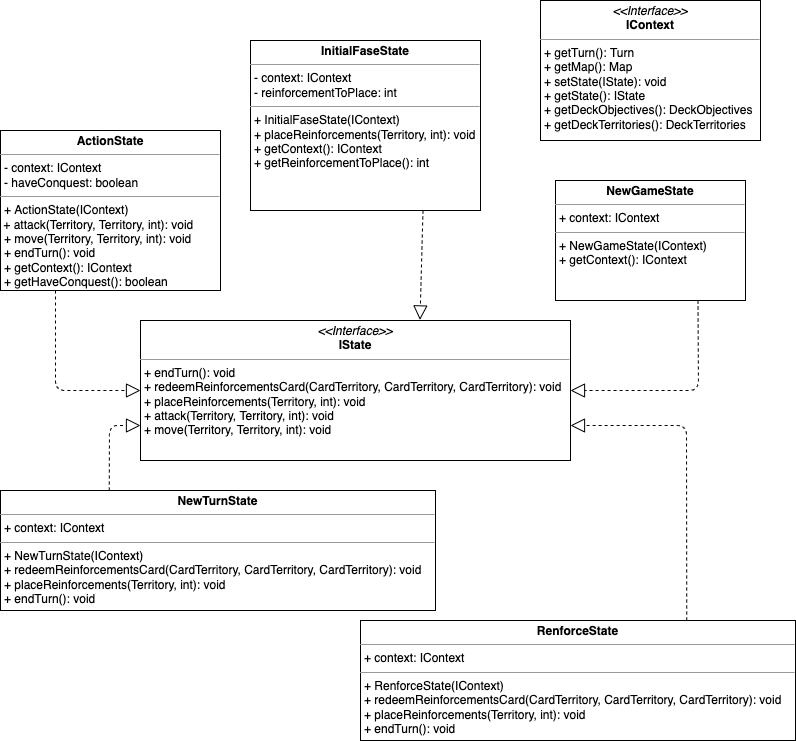
lta-unimib/progetto-risiko-1-risikiamo keeps this draw.io diagram as documentazione/uml/ClassDiagramGameState.drawio.png. Above is the earlier version. Source tidied: cells renumbered, new cells last; positions are measured from the earlier drawing's top-left corner, leaving out a move shared by most shapes. Source of this version:
```xml
<mxGraphModel>
  <root>
    <mxCell id="0" />
    <mxCell id="1" parent="0" />
    <mxCell id="2" value="&lt;p style=&quot;margin: 0px ; margin-top: 4px ; text-align: center&quot;&gt;&lt;i&gt;&amp;lt;&amp;lt;Interface&amp;gt;&amp;gt;&lt;/i&gt;&lt;br&gt;&lt;b&gt;IContext&lt;/b&gt;&lt;/p&gt;&lt;hr size=&quot;1&quot;&gt;&lt;p style=&quot;margin: 0px ; margin-left: 4px&quot;&gt;+ getTurn(): Turn&lt;br&gt;+ getMap(): Map&lt;/p&gt;&lt;p style=&quot;margin: 0px ; margin-left: 4px&quot;&gt;+ setState(IState): void&lt;br&gt;&lt;/p&gt;&lt;p style=&quot;margin: 0px ; margin-left: 4px&quot;&gt;+ getState(): IState&lt;br&gt;&lt;/p&gt;&lt;p style=&quot;margin: 0px ; margin-left: 4px&quot;&gt;+ getDeckObjectives(): DeckObjectives&lt;br&gt;&lt;/p&gt;&lt;p style=&quot;margin: 0px ; margin-left: 4px&quot;&gt;+ getDeckTerritories(): DeckTerritories&lt;br&gt;&lt;/p&gt;" style="verticalAlign=top;align=left;overflow=fill;fontSize=12;fontFamily=Helvetica;html=1;" parent="1" vertex="1">
      <mxGeometry x="540" width="220" height="140" as="geometry" />
    </mxCell>
    <mxCell id="3" value="&lt;p style=&quot;margin: 0px ; margin-top: 4px ; text-align: center&quot;&gt;&lt;i&gt;&amp;lt;&amp;lt;Interface&amp;gt;&amp;gt;&lt;/i&gt;&lt;br&gt;&lt;b&gt;IState&lt;/b&gt;&lt;/p&gt;&lt;hr size=&quot;1&quot;&gt;&lt;p style=&quot;margin: 0px ; margin-left: 4px&quot;&gt;&lt;span&gt;+ endTurn(): void&lt;/span&gt;&lt;/p&gt;&lt;p style=&quot;margin: 0px ; margin-left: 4px&quot;&gt;+ redeemReinforcementsCard(CardTerritory, CardTerritory, CardTerritory): void&lt;span&gt;&lt;br&gt;&lt;/span&gt;&lt;/p&gt;&lt;p style=&quot;margin: 0px ; margin-left: 4px&quot;&gt;+ placeReinforcements(Territory, int): void&lt;br&gt;&lt;/p&gt;&lt;p style=&quot;margin: 0px ; margin-left: 4px&quot;&gt;+ attack(Territory, Territory, int): void&lt;br&gt;&lt;/p&gt;&lt;p style=&quot;margin: 0px ; margin-left: 4px&quot;&gt;+ move(Territory, Territory, int): void&lt;/p&gt;" style="verticalAlign=top;align=left;overflow=fill;fontSize=12;fontFamily=Helvetica;html=1;" parent="1" vertex="1">
      <mxGeometry x="140" y="320" width="430" height="140" as="geometry" />
    </mxCell>
    <mxCell id="4" value="&lt;p style=&quot;margin: 0px ; margin-top: 4px ; text-align: center&quot;&gt;&lt;b&gt;ActionState&lt;/b&gt;&lt;/p&gt;&lt;hr size=&quot;1&quot;&gt;&lt;p style=&quot;margin: 0px ; margin-left: 4px&quot;&gt;- context: IContext&lt;/p&gt;&lt;p style=&quot;margin: 0px ; margin-left: 4px&quot;&gt;- haveConquest: boolean&lt;/p&gt;&lt;hr size=&quot;1&quot;&gt;&lt;p style=&quot;margin: 0px ; margin-left: 4px&quot;&gt;+ ActionState(IContext)&lt;/p&gt;&amp;nbsp;+ attack(Territory, Territory, int): void&lt;p style=&quot;margin: 0px ; margin-left: 4px&quot;&gt;+ move(Territory, Territory, int): void&lt;br&gt;&lt;/p&gt;&lt;p style=&quot;margin: 0px ; margin-left: 4px&quot;&gt;+ endTurn(): void&lt;br&gt;&lt;/p&gt;&lt;p style=&quot;margin: 0px ; margin-left: 4px&quot;&gt;+ getContext(): IContext&lt;br&gt;&lt;/p&gt;&lt;p style=&quot;margin: 0px ; margin-left: 4px&quot;&gt;+ getHaveConquest(): boolean&lt;/p&gt;" style="verticalAlign=top;align=left;overflow=fill;fontSize=12;fontFamily=Helvetica;html=1;" parent="1" vertex="1">
      <mxGeometry y="130" width="220" height="160" as="geometry" />
    </mxCell>
    <mxCell id="5" value="&lt;p style=&quot;margin: 0px ; margin-top: 4px ; text-align: center&quot;&gt;&lt;b&gt;InitialFaseState&lt;/b&gt;&lt;/p&gt;&lt;hr size=&quot;1&quot;&gt;&lt;p style=&quot;margin: 0px 0px 0px 4px&quot;&gt;- context: IContext&lt;/p&gt;&lt;p style=&quot;margin: 0px 0px 0px 4px&quot;&gt;- reinforcementToPlace: int&lt;/p&gt;&lt;hr size=&quot;1&quot;&gt;&lt;p style=&quot;margin: 0px 0px 0px 4px&quot;&gt;+ InitialFaseState(IContext)&lt;/p&gt;&lt;p style=&quot;margin: 0px ; margin-left: 4px&quot;&gt;+ placeReinforcements(Territory, int): void&lt;/p&gt;&lt;p style=&quot;margin: 0px 0px 0px 4px&quot;&gt;+ getContext(): IContext&lt;br&gt;&lt;/p&gt;&lt;p style=&quot;margin: 0px 0px 0px 4px&quot;&gt;+ getReinforcementToPlace(): int&lt;/p&gt;" style="verticalAlign=top;align=left;overflow=fill;fontSize=12;fontFamily=Helvetica;html=1;" parent="1" vertex="1">
      <mxGeometry x="250" y="40" width="230" height="170" as="geometry" />
    </mxCell>
    <mxCell id="6" value="&lt;p style=&quot;margin: 0px ; margin-top: 4px ; text-align: center&quot;&gt;&lt;b&gt;NewGameState&lt;/b&gt;&lt;/p&gt;&lt;hr size=&quot;1&quot;&gt;&lt;p style=&quot;margin: 0px ; margin-left: 4px&quot;&gt;+ context: IContext&lt;/p&gt;&lt;hr size=&quot;1&quot;&gt;&lt;p style=&quot;margin: 0px ; margin-left: 4px&quot;&gt;+ NewGameState(IContext)&lt;/p&gt;&lt;p style=&quot;margin: 0px ; margin-left: 4px&quot;&gt;+ getContext(): IContext&lt;/p&gt;" style="verticalAlign=top;align=left;overflow=fill;fontSize=12;fontFamily=Helvetica;html=1;" parent="1" vertex="1">
      <mxGeometry x="555" y="180" width="190" height="120" as="geometry" />
    </mxCell>
    <mxCell id="7" value="&lt;p style=&quot;margin: 0px ; margin-top: 4px ; text-align: center&quot;&gt;&lt;b&gt;NewTurnState&lt;/b&gt;&lt;/p&gt;&lt;hr size=&quot;1&quot;&gt;&lt;p style=&quot;margin: 0px ; margin-left: 4px&quot;&gt;+ context: IContext&lt;/p&gt;&lt;hr size=&quot;1&quot;&gt;&lt;p style=&quot;margin: 0px ; margin-left: 4px&quot;&gt;+ NewTurnState(IContext)&lt;/p&gt;&lt;p style=&quot;margin: 0px 0px 0px 4px&quot;&gt;+ redeemReinforcementsCard(CardTerritory, CardTerritory, CardTerritory): void&lt;br&gt;&lt;/p&gt;&lt;p style=&quot;margin: 0px 0px 0px 4px&quot;&gt;+ placeReinforcements(Territory, int): void&lt;/p&gt;&lt;p style=&quot;margin: 0px 0px 0px 4px&quot;&gt;+ endTurn(): void&lt;/p&gt;" style="verticalAlign=top;align=left;overflow=fill;fontSize=12;fontFamily=Helvetica;html=1;" parent="1" vertex="1">
      <mxGeometry y="490" width="435" height="120" as="geometry" />
    </mxCell>
    <mxCell id="8" value="&lt;p style=&quot;margin: 0px ; margin-top: 4px ; text-align: center&quot;&gt;&lt;b&gt;RenforceState&lt;/b&gt;&lt;/p&gt;&lt;hr size=&quot;1&quot;&gt;&lt;p style=&quot;margin: 0px ; margin-left: 4px&quot;&gt;+ context: IContext&lt;/p&gt;&lt;hr size=&quot;1&quot;&gt;&lt;p style=&quot;margin: 0px ; margin-left: 4px&quot;&gt;+ RenforceState(IContext)&lt;/p&gt;&lt;p style=&quot;margin: 0px 0px 0px 4px&quot;&gt;+ redeemReinforcementsCard(CardTerritory, CardTerritory, CardTerritory): void&lt;br&gt;&lt;/p&gt;&lt;p style=&quot;margin: 0px 0px 0px 4px&quot;&gt;+ placeReinforcements(Territory, int): void&lt;/p&gt;&lt;p style=&quot;margin: 0px 0px 0px 4px&quot;&gt;+ endTurn(): void&lt;/p&gt;" style="verticalAlign=top;align=left;overflow=fill;fontSize=12;fontFamily=Helvetica;html=1;" parent="1" vertex="1">
      <mxGeometry x="360" y="620" width="435" height="120" as="geometry" />
    </mxCell>
    <mxCell id="9" style="endArrow=block;dashed=1;endFill=0;endSize=12;html=1;exitX=0.25;exitY=1;exitDx=0;exitDy=0;entryX=0;entryY=0.5;entryDx=0;entryDy=0;" parent="1" edge="1" source="4" target="3">
      <mxGeometry relative="1" as="geometry">
        <Array as="points">
          <mxPoint x="55" y="390" />
        </Array>
      </mxGeometry>
    </mxCell>
    <mxCell id="10" style="endArrow=block;dashed=1;endFill=0;endSize=12;html=1;exitX=0.75;exitY=1;exitDx=0;exitDy=0;entryX=0.65;entryY=-0.004;entryDx=0;entryDy=0;entryPerimeter=0;" parent="1" edge="1" source="5" target="3">
      <mxGeometry relative="1" as="geometry" />
    </mxCell>
    <mxCell id="11" style="endArrow=block;dashed=1;endFill=0;endSize=12;html=1;exitX=0.75;exitY=1;exitDx=0;exitDy=0;entryX=1;entryY=0.5;entryDx=0;entryDy=0;" parent="1" edge="1" source="6" target="3">
      <mxGeometry relative="1" as="geometry">
        <Array as="points">
          <mxPoint x="698" y="390" />
        </Array>
      </mxGeometry>
    </mxCell>
    <mxCell id="12" style="endArrow=block;dashed=1;endFill=0;endSize=12;html=1;exitX=0.75;exitY=0;exitDx=0;exitDy=0;entryX=1;entryY=0.75;entryDx=0;entryDy=0;" parent="1" edge="1" source="8" target="3">
      <mxGeometry relative="1" as="geometry">
        <Array as="points">
          <mxPoint x="686" y="425" />
        </Array>
      </mxGeometry>
    </mxCell>
    <mxCell id="13" style="endArrow=block;dashed=1;endFill=0;endSize=12;html=1;exitX=0.25;exitY=0;exitDx=0;exitDy=0;entryX=0;entryY=0.75;entryDx=0;entryDy=0;" parent="1" edge="1" source="7" target="3">
      <mxGeometry relative="1" as="geometry">
        <Array as="points">
          <mxPoint x="109" y="425" />
        </Array>
      </mxGeometry>
    </mxCell>
  </root>
</mxGraphModel>
```
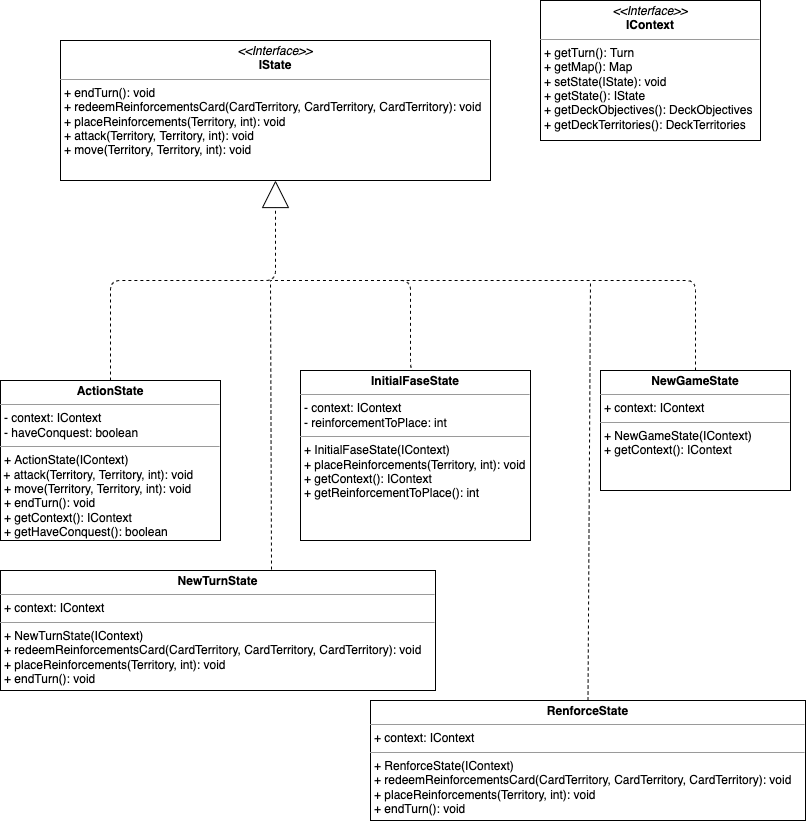
Later version of the same file.

Commit message:
Ordinato Classi

The edit, as a diff of the source:
```diff
@@ -6,53 +6,52 @@
       <mxGeometry x="540" width="220" height="140" as="geometry" />
     </mxCell>
     <mxCell id="3" value="&lt;p style=&quot;margin: 0px ; margin-top: 4px ; text-align: center&quot;&gt;&lt;i&gt;&amp;lt;&amp;lt;Interface&amp;gt;&amp;gt;&lt;/i&gt;&lt;br&gt;&lt;b&gt;IState&lt;/b&gt;&lt;/p&gt;&lt;hr size=&quot;1&quot;&gt;&lt;p style=&quot;margin: 0px ; margin-left: 4px&quot;&gt;&lt;span&gt;+ endTurn(): void&lt;/span&gt;&lt;/p&gt;&lt;p style=&quot;margin: 0px ; margin-left: 4px&quot;&gt;+ redeemReinforcementsCard(CardTerritory, CardTerritory, CardTerritory): void&lt;span&gt;&lt;br&gt;&lt;/span&gt;&lt;/p&gt;&lt;p style=&quot;margin: 0px ; margin-left: 4px&quot;&gt;+ placeReinforcements(Territory, int): void&lt;br&gt;&lt;/p&gt;&lt;p style=&quot;margin: 0px ; margin-left: 4px&quot;&gt;+ attack(Territory, Territory, int): void&lt;br&gt;&lt;/p&gt;&lt;p style=&quot;margin: 0px ; margin-left: 4px&quot;&gt;+ move(Territory, Territory, int): void&lt;/p&gt;" style="verticalAlign=top;align=left;overflow=fill;fontSize=12;fontFamily=Helvetica;html=1;" parent="1" vertex="1">
-      <mxGeometry x="140" y="320" width="430" height="140" as="geometry" />
+      <mxGeometry x="60" y="40" width="430" height="140" as="geometry" />
     </mxCell>
     <mxCell id="4" value="&lt;p style=&quot;margin: 0px ; margin-top: 4px ; text-align: center&quot;&gt;&lt;b&gt;ActionState&lt;/b&gt;&lt;/p&gt;&lt;hr size=&quot;1&quot;&gt;&lt;p style=&quot;margin: 0px ; margin-left: 4px&quot;&gt;- context: IContext&lt;/p&gt;&lt;p style=&quot;margin: 0px ; margin-left: 4px&quot;&gt;- haveConquest: boolean&lt;/p&gt;&lt;hr size=&quot;1&quot;&gt;&lt;p style=&quot;margin: 0px ; margin-left: 4px&quot;&gt;+ ActionState(IContext)&lt;/p&gt;&amp;nbsp;+ attack(Territory, Territory, int): void&lt;p style=&quot;margin: 0px ; margin-left: 4px&quot;&gt;+ move(Territory, Territory, int): void&lt;br&gt;&lt;/p&gt;&lt;p style=&quot;margin: 0px ; margin-left: 4px&quot;&gt;+ endTurn(): void&lt;br&gt;&lt;/p&gt;&lt;p style=&quot;margin: 0px ; margin-left: 4px&quot;&gt;+ getContext(): IContext&lt;br&gt;&lt;/p&gt;&lt;p style=&quot;margin: 0px ; margin-left: 4px&quot;&gt;+ getHaveConquest(): boolean&lt;/p&gt;" style="verticalAlign=top;align=left;overflow=fill;fontSize=12;fontFamily=Helvetica;html=1;" parent="1" vertex="1">
-      <mxGeometry y="130" width="220" height="160" as="geometry" />
+      <mxGeometry y="380" width="220" height="160" as="geometry" />
     </mxCell>
     <mxCell id="5" value="&lt;p style=&quot;margin: 0px ; margin-top: 4px ; text-align: center&quot;&gt;&lt;b&gt;InitialFaseState&lt;/b&gt;&lt;/p&gt;&lt;hr size=&quot;1&quot;&gt;&lt;p style=&quot;margin: 0px 0px 0px 4px&quot;&gt;- context: IContext&lt;/p&gt;&lt;p style=&quot;margin: 0px 0px 0px 4px&quot;&gt;- reinforcementToPlace: int&lt;/p&gt;&lt;hr size=&quot;1&quot;&gt;&lt;p style=&quot;margin: 0px 0px 0px 4px&quot;&gt;+ InitialFaseState(IContext)&lt;/p&gt;&lt;p style=&quot;margin: 0px ; margin-left: 4px&quot;&gt;+ placeReinforcements(Territory, int): void&lt;/p&gt;&lt;p style=&quot;margin: 0px 0px 0px 4px&quot;&gt;+ getContext(): IContext&lt;br&gt;&lt;/p&gt;&lt;p style=&quot;margin: 0px 0px 0px 4px&quot;&gt;+ getReinforcementToPlace(): int&lt;/p&gt;" style="verticalAlign=top;align=left;overflow=fill;fontSize=12;fontFamily=Helvetica;html=1;" parent="1" vertex="1">
-      <mxGeometry x="250" y="40" width="230" height="170" as="geometry" />
+      <mxGeometry x="300" y="370" width="230" height="170" as="geometry" />
     </mxCell>
     <mxCell id="6" value="&lt;p style=&quot;margin: 0px ; margin-top: 4px ; text-align: center&quot;&gt;&lt;b&gt;NewGameState&lt;/b&gt;&lt;/p&gt;&lt;hr size=&quot;1&quot;&gt;&lt;p style=&quot;margin: 0px ; margin-left: 4px&quot;&gt;+ context: IContext&lt;/p&gt;&lt;hr size=&quot;1&quot;&gt;&lt;p style=&quot;margin: 0px ; margin-left: 4px&quot;&gt;+ NewGameState(IContext)&lt;/p&gt;&lt;p style=&quot;margin: 0px ; margin-left: 4px&quot;&gt;+ getContext(): IContext&lt;/p&gt;" style="verticalAlign=top;align=left;overflow=fill;fontSize=12;fontFamily=Helvetica;html=1;" parent="1" vertex="1">
-      <mxGeometry x="555" y="180" width="190" height="120" as="geometry" />
+      <mxGeometry x="600" y="370" width="190" height="120" as="geometry" />
     </mxCell>
     <mxCell id="7" value="&lt;p style=&quot;margin: 0px ; margin-top: 4px ; text-align: center&quot;&gt;&lt;b&gt;NewTurnState&lt;/b&gt;&lt;/p&gt;&lt;hr size=&quot;1&quot;&gt;&lt;p style=&quot;margin: 0px ; margin-left: 4px&quot;&gt;+ context: IContext&lt;/p&gt;&lt;hr size=&quot;1&quot;&gt;&lt;p style=&quot;margin: 0px ; margin-left: 4px&quot;&gt;+ NewTurnState(IContext)&lt;/p&gt;&lt;p style=&quot;margin: 0px 0px 0px 4px&quot;&gt;+ redeemReinforcementsCard(CardTerritory, CardTerritory, CardTerritory): void&lt;br&gt;&lt;/p&gt;&lt;p style=&quot;margin: 0px 0px 0px 4px&quot;&gt;+ placeReinforcements(Territory, int): void&lt;/p&gt;&lt;p style=&quot;margin: 0px 0px 0px 4px&quot;&gt;+ endTurn(): void&lt;/p&gt;" style="verticalAlign=top;align=left;overflow=fill;fontSize=12;fontFamily=Helvetica;html=1;" parent="1" vertex="1">
-      <mxGeometry y="490" width="435" height="120" as="geometry" />
+      <mxGeometry y="570" width="435" height="120" as="geometry" />
     </mxCell>
     <mxCell id="8" value="&lt;p style=&quot;margin: 0px ; margin-top: 4px ; text-align: center&quot;&gt;&lt;b&gt;RenforceState&lt;/b&gt;&lt;/p&gt;&lt;hr size=&quot;1&quot;&gt;&lt;p style=&quot;margin: 0px ; margin-left: 4px&quot;&gt;+ context: IContext&lt;/p&gt;&lt;hr size=&quot;1&quot;&gt;&lt;p style=&quot;margin: 0px ; margin-left: 4px&quot;&gt;+ RenforceState(IContext)&lt;/p&gt;&lt;p style=&quot;margin: 0px 0px 0px 4px&quot;&gt;+ redeemReinforcementsCard(CardTerritory, CardTerritory, CardTerritory): void&lt;br&gt;&lt;/p&gt;&lt;p style=&quot;margin: 0px 0px 0px 4px&quot;&gt;+ placeReinforcements(Territory, int): void&lt;/p&gt;&lt;p style=&quot;margin: 0px 0px 0px 4px&quot;&gt;+ endTurn(): void&lt;/p&gt;" style="verticalAlign=top;align=left;overflow=fill;fontSize=12;fontFamily=Helvetica;html=1;" parent="1" vertex="1">
-      <mxGeometry x="360" y="620" width="435" height="120" as="geometry" />
+      <mxGeometry x="370" y="700" width="435" height="120" as="geometry" />
     </mxCell>
-    <mxCell id="9" style="endArrow=block;dashed=1;endFill=0;endSize=12;html=1;exitX=0.25;exitY=1;exitDx=0;exitDy=0;entryX=0;entryY=0.5;entryDx=0;entryDy=0;" parent="1" edge="1" source="4" target="3">
-      <mxGeometry relative="1" as="geometry">
-        <Array as="points">
-          <mxPoint x="55" y="390" />
-        </Array>
-      </mxGeometry>
-    </mxCell>
-    <mxCell id="10" style="endArrow=block;dashed=1;endFill=0;endSize=12;html=1;exitX=0.75;exitY=1;exitDx=0;exitDy=0;entryX=0.65;entryY=-0.004;entryDx=0;entryDy=0;entryPerimeter=0;" parent="1" edge="1" source="5" target="3">
-      <mxGeometry relative="1" as="geometry" />
-    </mxCell>
-    <mxCell id="11" style="endArrow=block;dashed=1;endFill=0;endSize=12;html=1;exitX=0.75;exitY=1;exitDx=0;exitDy=0;entryX=1;entryY=0.5;entryDx=0;entryDy=0;" parent="1" edge="1" source="6" target="3">
-      <mxGeometry relative="1" as="geometry">
-        <Array as="points">
-          <mxPoint x="698" y="390" />
-        </Array>
-      </mxGeometry>
-    </mxCell>
-    <mxCell id="12" style="endArrow=block;dashed=1;endFill=0;endSize=12;html=1;exitX=0.75;exitY=0;exitDx=0;exitDy=0;entryX=1;entryY=0.75;entryDx=0;entryDy=0;" parent="1" edge="1" source="8" target="3">
-      <mxGeometry relative="1" as="geometry">
-        <Array as="points">
-          <mxPoint x="686" y="425" />
-        </Array>
-      </mxGeometry>
-    </mxCell>
-    <mxCell id="13" style="endArrow=block;dashed=1;endFill=0;endSize=12;html=1;exitX=0.25;exitY=0;exitDx=0;exitDy=0;entryX=0;entryY=0.75;entryDx=0;entryDy=0;" parent="1" edge="1" source="7" target="3">
-      <mxGeometry relative="1" as="geometry">
-        <Array as="points">
-          <mxPoint x="109" y="425" />
-        </Array>
-      </mxGeometry>
+    <mxCell id="13" style="endArrow=block;dashed=1;endFill=0;endSize=25;html=1;exitX=0.5;exitY=0;exitDx=0;exitDy=0;entryX=0.5;entryY=1;entryDx=0;entryDy=0;edgeStyle=orthogonalEdgeStyle;" parent="1" edge="1" source="4" target="3">
+      <mxGeometry relative="1" as="geometry" />
     </mxCell>
+    <mxCell id="14" style="endArrow=none;dashed=1;html=1;exitX=0.5;exitY=0;exitDx=0;exitDy=0;edgeStyle=orthogonalEdgeStyle;" parent="1" edge="1" source="5">
+      <mxGeometry relative="1" as="geometry">
+        <mxPoint x="270" y="280" as="targetPoint" />
+        <Array as="points">
+          <mxPoint x="410" y="370" />
+          <mxPoint x="410" y="280" />
+        </Array>
+      </mxGeometry>
+    </mxCell>
+    <mxCell id="15" style="endArrow=none;dashed=1;html=1;exitX=0.623;exitY=-0.008;exitDx=0;exitDy=0;exitPerimeter=0;" parent="1" edge="1" source="7">
+      <mxGeometry relative="1" as="geometry">
+        <mxPoint x="270" y="280" as="targetPoint" />
+      </mxGeometry>
+    </mxCell>
+    <mxCell id="16" style="endArrow=none;dashed=1;html=1;exitX=0.5;exitY=0;exitDx=0;exitDy=0;edgeStyle=orthogonalEdgeStyle;" parent="1" edge="1" source="6">
+      <mxGeometry relative="1" as="geometry">
+        <mxPoint x="390" y="280" as="targetPoint" />
+        <Array as="points">
+          <mxPoint x="695" y="280" />
+        </Array>
+      </mxGeometry>
+    </mxCell>
+    <mxCell id="17" style="endArrow=none;dashed=1;html=1;exitX=0.5;exitY=0;exitDx=0;exitDy=0;" parent="1" edge="1" source="8">
+      <mxGeometry relative="1" as="geometry">
+        <mxPoint x="590" y="280" as="targetPoint" />
+      </mxGeometry>
+    </mxCell>
   </root>
 </mxGraphModel>
```
